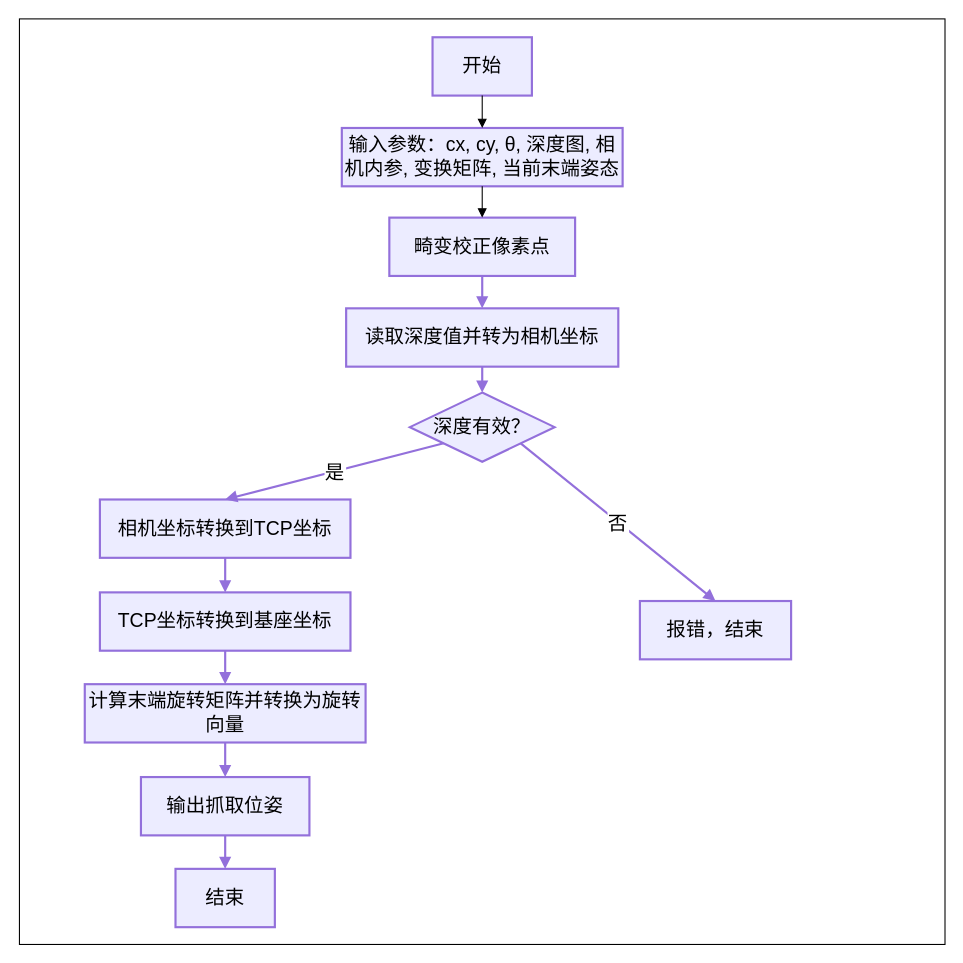
The draw.io diagram 抓取位姿流程图.drawio in tanyunhao/test, before the edit. Source tidied: cells renumbered, new cells numbered last; positions are measured from the earlier drawing's top-left corner, leaving out a move shared by most shapes. Both pictures are drawn from the tidied source at 108%, with x=0, y=0 at pixel (19, 18).
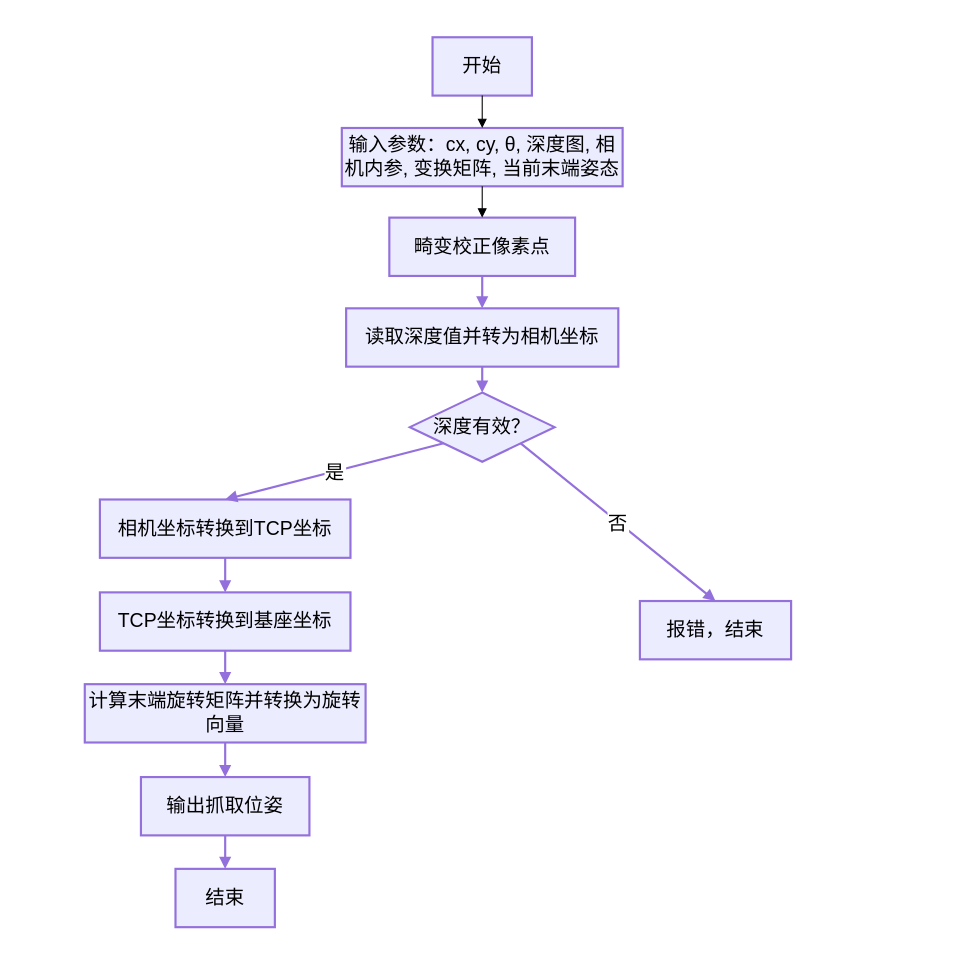
The same page after the edit.

Commit message:
更新抓取位姿流程图.drawio

Diff of the diagram source:
```diff
@@
-    <mxCell id="2" style="whiteSpace=wrap;html=1;" parent="1" vertex="1">
+    <mxCell id="2" style="whiteSpace=wrap;html=1;strokeColor=none;" parent="1" vertex="1">
       <mxGeometry x="-0.5" width="857" height="857" as="geometry" />
     </mxCell>
```
